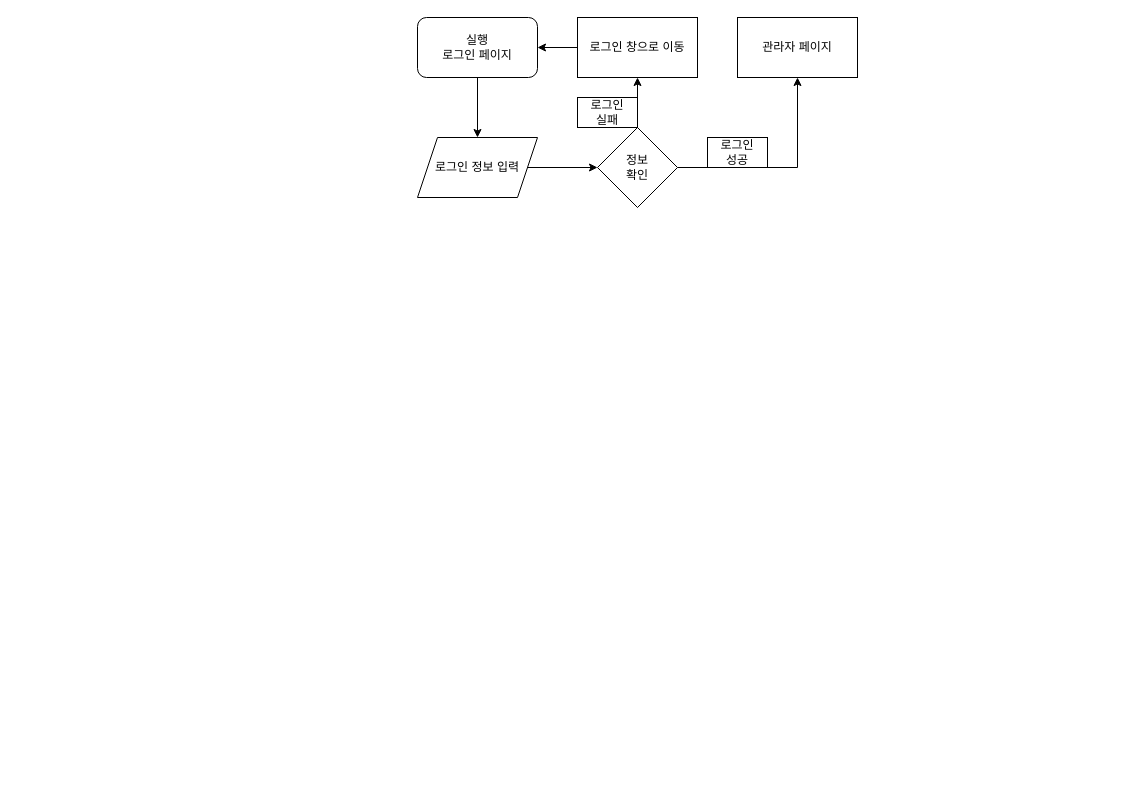
Above: Flow Chart/제목 없는 다이어그램.drawio in adsa77/kh_final_temp (draw.io), before the change. Source tidied: cells renumbered, new cells numbered last; positions are measured from the earlier drawing's top-left corner, leaving out a move shared by most shapes. Both pictures are drawn from the tidied source at 100%, with x=0, y=0 at pixel (417, 17).
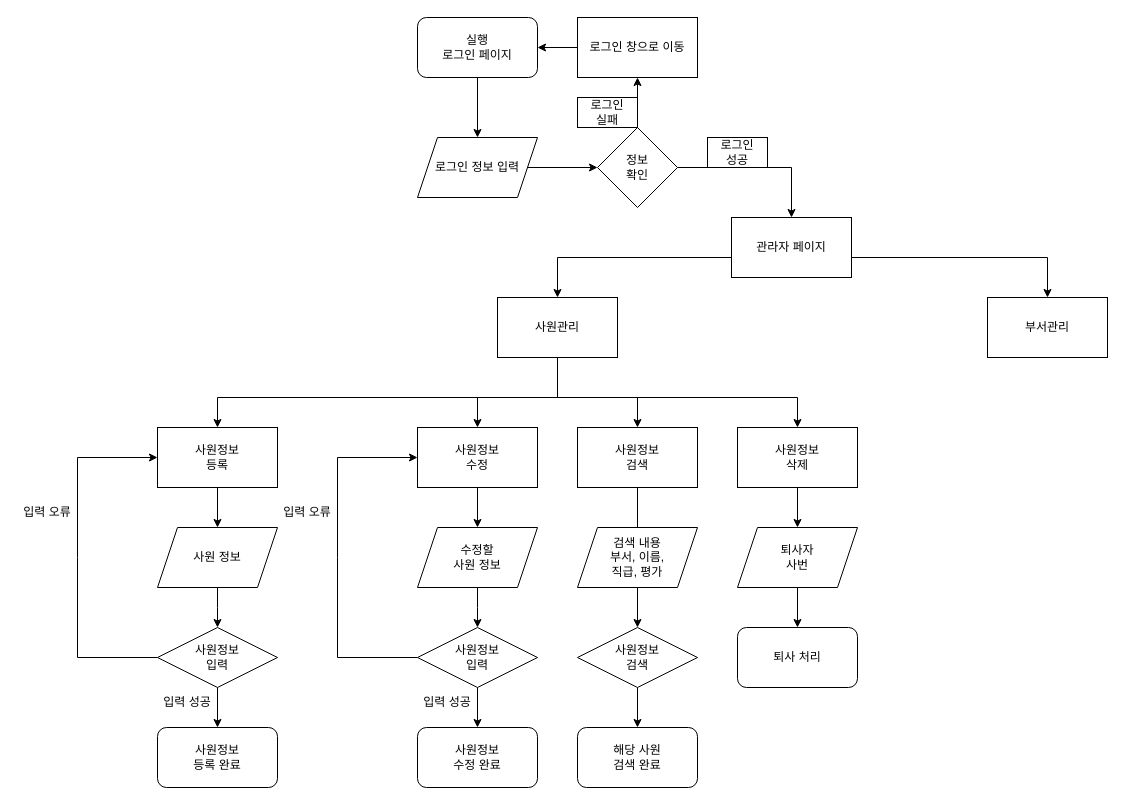
Above is the later version.

Commit message (it also covers changes not shown here):
제목 없는 다이어그램.drawio 업데이트

The edit, as a diff of the source:
```diff
@@
+    <mxCell id="14" style="edgeStyle=orthogonalEdgeStyle;rounded=0;jettySize=auto;html=1;" parent="1" edge="1" source="12" target="21">
+      <mxGeometry relative="1" as="geometry">
+        <Array as="points">
+          <mxPoint x="460" y="240" />
+          <mxPoint x="60" y="240" />
+        </Array>
+      </mxGeometry>
+    </mxCell>
+    <mxCell id="15" style="edgeStyle=orthogonalEdgeStyle;rounded=0;jettySize=auto;html=1;entryX=0.5;entryY=0;entryDx=0;entryDy=0;" parent="1" edge="1" source="12" target="16">
+      <mxGeometry relative="1" as="geometry">
+        <Array as="points">
+          <mxPoint x="630" y="240" />
+        </Array>
+      </mxGeometry>
+    </mxCell>
     <mxCell id="12" value="관라자 페이지" style="rounded=0;whiteSpace=wrap;html=1;" parent="1" vertex="1">
-      <mxGeometry x="320" width="120" height="60" as="geometry" />
+      <mxGeometry x="314" y="200" width="120" height="60" as="geometry" />
     </mxCell>
@@
+    <mxCell id="16" value="부서관리" style="rounded=0;whiteSpace=wrap;html=1;" parent="1" vertex="1">
+      <mxGeometry x="570" y="280" width="120" height="60" as="geometry" />
+    </mxCell>
+    <mxCell id="17" style="edgeStyle=orthogonalEdgeStyle;rounded=0;jettySize=auto;html=1;" parent="1" edge="1" source="21" target="23">
+      <mxGeometry relative="1" as="geometry">
+        <Array as="points">
+          <mxPoint x="140" y="380" />
+          <mxPoint x="-200" y="380" />
+        </Array>
+      </mxGeometry>
+    </mxCell>
+    <mxCell id="18" style="edgeStyle=orthogonalEdgeStyle;rounded=0;jettySize=auto;html=1;" parent="1" edge="1" source="21">
+      <mxGeometry relative="1" as="geometry">
+        <mxPoint x="60" y="410" as="targetPoint" />
+        <Array as="points">
+          <mxPoint x="140" y="380" />
+          <mxPoint x="60" y="380" />
+        </Array>
+      </mxGeometry>
+    </mxCell>
+    <mxCell id="19" style="edgeStyle=orthogonalEdgeStyle;rounded=0;jettySize=auto;html=1;" parent="1" edge="1" source="21" target="25">
+      <mxGeometry relative="1" as="geometry">
+        <Array as="points">
+          <mxPoint x="140" y="380" />
+          <mxPoint x="220" y="380" />
+        </Array>
+      </mxGeometry>
+    </mxCell>
+    <mxCell id="20" style="edgeStyle=orthogonalEdgeStyle;rounded=0;jettySize=auto;html=1;" parent="1" edge="1" source="21" target="27">
+      <mxGeometry relative="1" as="geometry">
+        <Array as="points">
+          <mxPoint x="140" y="380" />
+          <mxPoint x="380" y="380" />
+        </Array>
+      </mxGeometry>
+    </mxCell>
+    <mxCell id="21" value="사원관리" style="rounded=0;whiteSpace=wrap;html=1;" parent="1" vertex="1">
+      <mxGeometry x="80" y="280" width="120" height="60" as="geometry" />
+    </mxCell>
+    <mxCell id="22" style="edgeStyle=orthogonalEdgeStyle;rounded=0;jettySize=auto;html=1;entryX=0.5;entryY=0;entryDx=0;entryDy=0;" parent="1" edge="1" source="23" target="38">
+      <mxGeometry relative="1" as="geometry" />
+    </mxCell>
+    <mxCell id="23" value="사원정보&lt;div&gt;등록&lt;/div&gt;" style="rounded=0;whiteSpace=wrap;html=1;" parent="1" vertex="1">
+      <mxGeometry x="-260" y="410" width="120" height="60" as="geometry" />
+    </mxCell>
+    <mxCell id="24" style="edgeStyle=orthogonalEdgeStyle;rounded=0;jettySize=auto;html=1;" parent="1" edge="1" source="25" target="31">
+      <mxGeometry relative="1" as="geometry" />
+    </mxCell>
+    <mxCell id="25" value="사원정보&lt;div&gt;검색&lt;/div&gt;" style="rounded=0;whiteSpace=wrap;html=1;" parent="1" vertex="1">
+      <mxGeometry x="160" y="410" width="120" height="60" as="geometry" />
+    </mxCell>
+    <mxCell id="26" style="edgeStyle=orthogonalEdgeStyle;rounded=0;jettySize=auto;html=1;" parent="1" edge="1" source="27" target="51">
+      <mxGeometry relative="1" as="geometry" />
+    </mxCell>
+    <mxCell id="27" value="사원정보&lt;div&gt;삭제&lt;/div&gt;" style="rounded=0;whiteSpace=wrap;html=1;" parent="1" vertex="1">
+      <mxGeometry x="320" y="410" width="120" height="60" as="geometry" />
+    </mxCell>
+    <mxCell id="28" style="edgeStyle=orthogonalEdgeStyle;rounded=0;jettySize=auto;html=1;" parent="1" edge="1" source="29" target="32">
+      <mxGeometry relative="1" as="geometry" />
+    </mxCell>
+    <mxCell id="29" value="사원정보&lt;div&gt;입력&lt;/div&gt;" style="rhombus;whiteSpace=wrap;html=1;" parent="1" vertex="1">
+      <mxGeometry x="-260" y="610" width="120" height="60" as="geometry" />
+    </mxCell>
+    <mxCell id="30" style="edgeStyle=orthogonalEdgeStyle;rounded=0;jettySize=auto;html=1;" parent="1" edge="1" source="31" target="36">
+      <mxGeometry relative="1" as="geometry" />
+    </mxCell>
+    <mxCell id="31" value="사원정보&lt;div&gt;검색&lt;/div&gt;" style="rhombus;whiteSpace=wrap;html=1;" parent="1" vertex="1">
+      <mxGeometry x="160" y="610" width="120" height="60" as="geometry" />
+    </mxCell>
+    <mxCell id="32" value="사원정보&lt;div&gt;등록 완료&lt;/div&gt;" style="rounded=1;whiteSpace=wrap;html=1;" parent="1" vertex="1">
+      <mxGeometry x="-260" y="710" width="120" height="60" as="geometry" />
+    </mxCell>
+    <mxCell id="33" style="endArrow=classic;html=1;rounded=0;exitX=0;exitY=0.5;exitDx=0;exitDy=0;entryX=0;entryY=0.5;entryDx=0;entryDy=0;" parent="1" edge="1" source="29" target="23">
+      <mxGeometry relative="1" as="geometry">
+        <Array as="points">
+          <mxPoint x="-340" y="640" />
+          <mxPoint x="-340" y="540" />
+          <mxPoint x="-340" y="440" />
+        </Array>
+      </mxGeometry>
+    </mxCell>
+    <mxCell id="34" value="입력 오류" style="text;html=1;align=center;verticalAlign=middle;whiteSpace=wrap;rounded=0;" parent="1" vertex="1">
+      <mxGeometry x="-400" y="480" width="60" height="30" as="geometry" />
+    </mxCell>
+    <mxCell id="35" value="입력 성공" style="text;html=1;align=center;verticalAlign=middle;whiteSpace=wrap;rounded=0;" parent="1" vertex="1">
+      <mxGeometry x="-260" y="670" width="60" height="30" as="geometry" />
+    </mxCell>
+    <mxCell id="36" value="해당 사원&lt;div&gt;검색 완료&lt;/div&gt;" style="rounded=1;whiteSpace=wrap;html=1;" parent="1" vertex="1">
+      <mxGeometry x="160" y="710" width="120" height="60" as="geometry" />
+    </mxCell>
+    <mxCell id="37" style="edgeStyle=orthogonalEdgeStyle;rounded=0;jettySize=auto;html=1;" parent="1" edge="1" source="38">
+      <mxGeometry relative="1" as="geometry">
+        <mxPoint x="-200" y="610" as="targetPoint" />
+      </mxGeometry>
+    </mxCell>
+    <mxCell id="38" value="사원 정보" style="shape=parallelogram;perimeter=parallelogramPerimeter;whiteSpace=wrap;html=1;fixedSize=1;" parent="1" vertex="1">
+      <mxGeometry x="-260" y="510" width="120" height="60" as="geometry" />
+    </mxCell>
+    <mxCell id="39" style="edgeStyle=orthogonalEdgeStyle;rounded=0;jettySize=auto;html=1;entryX=0.5;entryY=0;entryDx=0;entryDy=0;" parent="1" edge="1" source="40" target="48">
+      <mxGeometry relative="1" as="geometry" />
+    </mxCell>
+    <mxCell id="40" value="사원정보&lt;div&gt;수정&lt;/div&gt;" style="rounded=0;whiteSpace=wrap;html=1;" parent="1" vertex="1">
+      <mxGeometry y="410" width="120" height="60" as="geometry" />
+    </mxCell>
+    <mxCell id="41" style="edgeStyle=orthogonalEdgeStyle;rounded=0;jettySize=auto;html=1;" parent="1" edge="1" source="42" target="43">
+      <mxGeometry relative="1" as="geometry" />
+    </mxCell>
+    <mxCell id="42" value="사원정보&lt;div&gt;입력&lt;/div&gt;" style="rhombus;whiteSpace=wrap;html=1;" parent="1" vertex="1">
+      <mxGeometry y="610" width="120" height="60" as="geometry" />
+    </mxCell>
+    <mxCell id="43" value="사원정보&lt;div&gt;수정 완료&lt;/div&gt;" style="rounded=1;whiteSpace=wrap;html=1;" parent="1" vertex="1">
+      <mxGeometry y="710" width="120" height="60" as="geometry" />
+    </mxCell>
+    <mxCell id="44" style="endArrow=classic;html=1;rounded=0;exitX=0;exitY=0.5;exitDx=0;exitDy=0;entryX=0;entryY=0.5;entryDx=0;entryDy=0;" parent="1" edge="1" source="42" target="40">
+      <mxGeometry relative="1" as="geometry">
+        <Array as="points">
+          <mxPoint x="-80" y="640" />
+          <mxPoint x="-80" y="540" />
+          <mxPoint x="-80" y="440" />
+        </Array>
+      </mxGeometry>
+    </mxCell>
+    <mxCell id="45" value="입력 오류" style="text;html=1;align=center;verticalAlign=middle;whiteSpace=wrap;rounded=0;" parent="1" vertex="1">
+      <mxGeometry x="-140" y="480" width="60" height="30" as="geometry" />
+    </mxCell>
+    <mxCell id="46" value="입력 성공" style="text;html=1;align=center;verticalAlign=middle;whiteSpace=wrap;rounded=0;" parent="1" vertex="1">
+      <mxGeometry y="670" width="60" height="30" as="geometry" />
+    </mxCell>
+    <mxCell id="47" style="edgeStyle=orthogonalEdgeStyle;rounded=0;jettySize=auto;html=1;" parent="1" edge="1" source="48">
+      <mxGeometry relative="1" as="geometry">
+        <mxPoint x="60" y="610" as="targetPoint" />
+      </mxGeometry>
+    </mxCell>
+    <mxCell id="48" value="&lt;div&gt;수정할&lt;/div&gt;사원 정보" style="shape=parallelogram;perimeter=parallelogramPerimeter;whiteSpace=wrap;html=1;fixedSize=1;" parent="1" vertex="1">
+      <mxGeometry y="510" width="120" height="60" as="geometry" />
+    </mxCell>
+    <mxCell id="49" value="검색 내용&lt;div&gt;부서, 이름,&lt;/div&gt;&lt;div&gt;직급, 평가&lt;/div&gt;" style="shape=parallelogram;perimeter=parallelogramPerimeter;whiteSpace=wrap;html=1;fixedSize=1;" parent="1" vertex="1">
+      <mxGeometry x="160" y="510" width="120" height="60" as="geometry" />
+    </mxCell>
+    <mxCell id="50" style="edgeStyle=orthogonalEdgeStyle;rounded=0;jettySize=auto;html=1;" parent="1" edge="1" source="51" target="52">
+      <mxGeometry relative="1" as="geometry" />
+    </mxCell>
+    <mxCell id="51" value="퇴사자&lt;div&gt;사번&lt;/div&gt;" style="shape=parallelogram;perimeter=parallelogramPerimeter;whiteSpace=wrap;html=1;fixedSize=1;" parent="1" vertex="1">
+      <mxGeometry x="320" y="510" width="120" height="60" as="geometry" />
+    </mxCell>
+    <mxCell id="52" value="퇴사 처리" style="rounded=1;whiteSpace=wrap;html=1;" parent="1" vertex="1">
+      <mxGeometry x="320" y="610" width="120" height="60" as="geometry" />
+    </mxCell>
```
